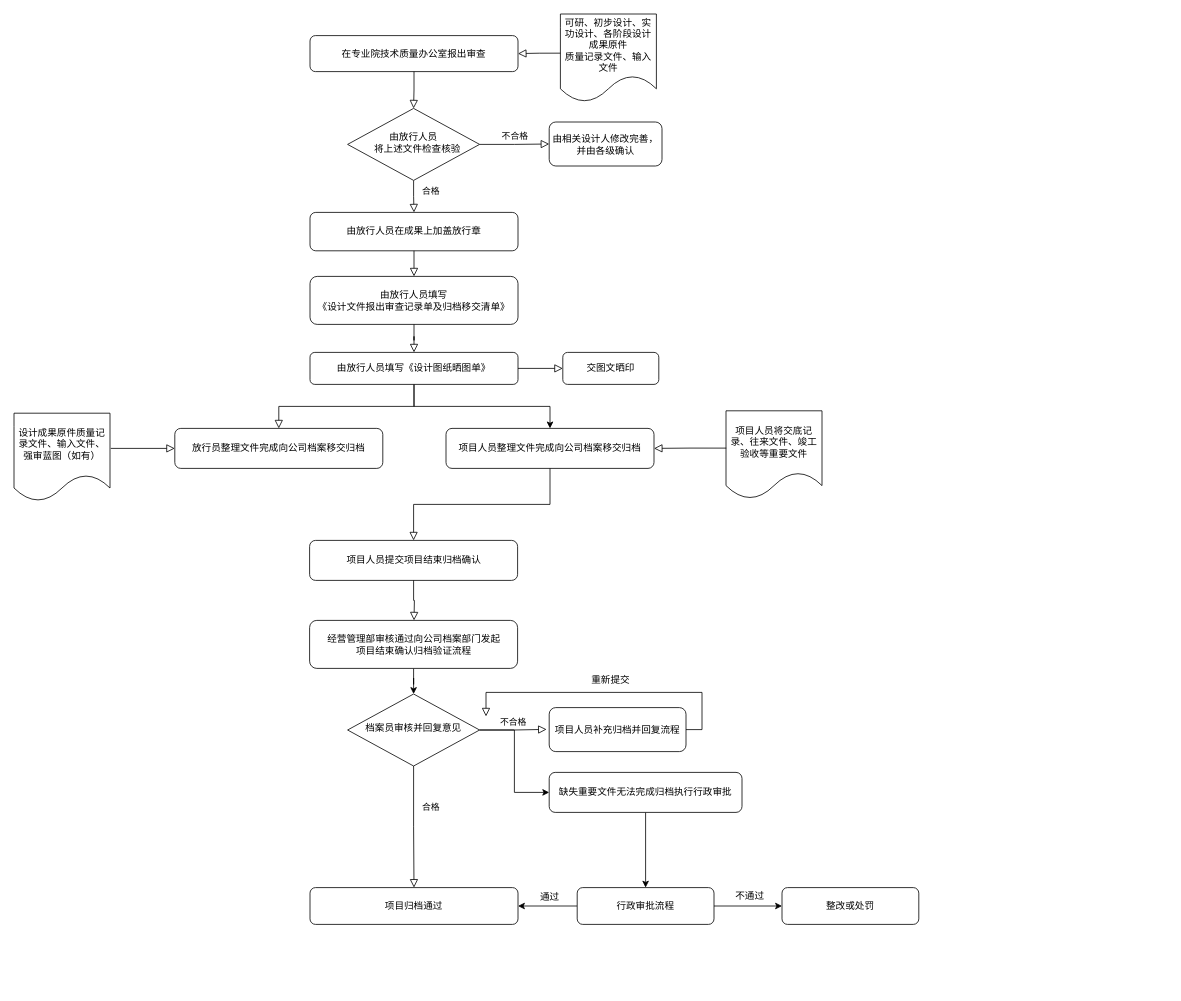
Theresaaaaa/Bomberman keeps this draw.io diagram as Untitled Diagram.drawio. Above is the earlier version. Source tidied: cells renumbered, new cells numbered last; positions are measured from the earlier drawing's top-left corner, leaving out a move shared by most shapes. Both pictures are drawn from the tidied source at 80%, with x=0, y=0 at pixel (14, 14).
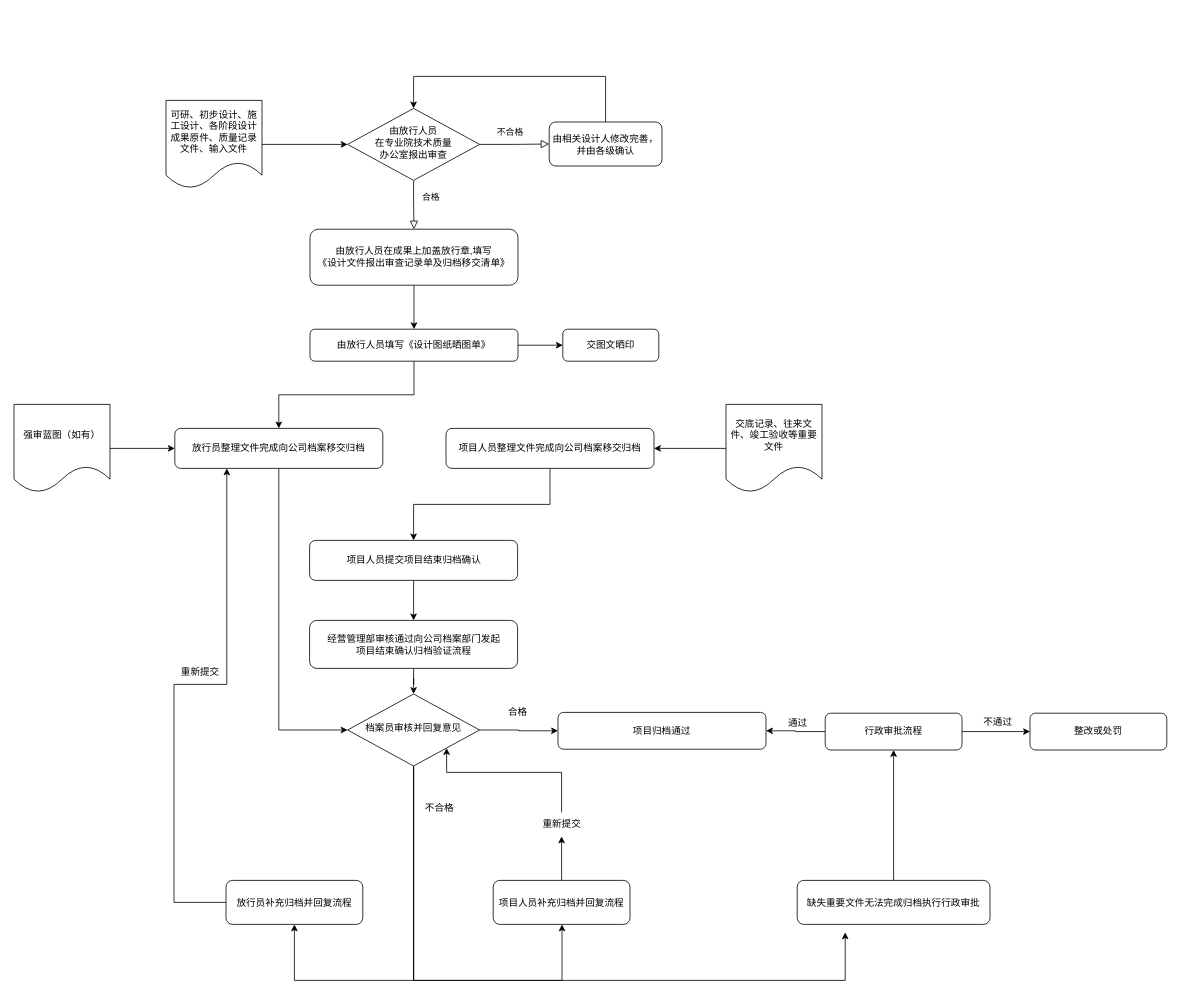
The same diagram, later.

Unchanged cells that the change refers to:
```xml
<mxCell id="6" value="由相关设计人修改完善，并由各级确认" style="rounded=1;whiteSpace=wrap;html=1;fontSize=12;glass=0;strokeWidth=1;shadow=0;" parent="1" vertex="1">
  <mxGeometry x="669" y="135" width="141" height="55" as="geometry" />
</mxCell>
<mxCell id="17" value="放行员整理文件完成向公司档案移交归档" style="rounded=1;whiteSpace=wrap;html=1;fontSize=12;glass=0;strokeWidth=1;shadow=0;" parent="1" vertex="1">
  <mxGeometry x="201" y="518" width="260" height="50" as="geometry" />
</mxCell>
<mxCell id="19" value="项目人员提交项目结束归档确认" style="rounded=1;whiteSpace=wrap;html=1;fontSize=12;glass=0;strokeWidth=1;shadow=0;" parent="1" vertex="1">
  <mxGeometry x="369.5" y="658" width="260" height="50" as="geometry" />
</mxCell>
<mxCell id="22" value="项目人员整理文件完成向公司档案移交归档" style="rounded=1;whiteSpace=wrap;html=1;" parent="1" vertex="1">
  <mxGeometry x="540" y="518" width="260" height="50" as="geometry" />
</mxCell>
<mxCell id="28" value="经营管理部审核通过向公司档案部门发起&lt;br&gt;项目结束确认归档验证流程" style="rounded=1;whiteSpace=wrap;html=1;fontSize=12;glass=0;strokeWidth=1;shadow=0;" parent="1" vertex="1">
  <mxGeometry x="369.5" y="758" width="260" height="60" as="geometry" />
</mxCell>
<mxCell id="30" value="档案员审核并回复意见" style="rhombus;whiteSpace=wrap;html=1;shadow=0;fontFamily=Helvetica;fontSize=12;align=center;strokeWidth=1;spacing=6;spacingTop=-4;" parent="1" vertex="1">
  <mxGeometry x="417" y="850" width="165" height="90" as="geometry" />
</mxCell>
```

The edit, as a diff of the source:
```diff
@@
-    <mxCell id="2" style="rounded=0;html=1;jettySize=auto;fontSize=11;endArrow=block;endFill=0;endSize=8;strokeWidth=1;shadow=0;labelBackgroundColor=none;edgeStyle=orthogonalEdgeStyle;entryX=1;entryY=0.5;entryDx=0;entryDy=0;exitX=0.017;exitY=0.445;exitDx=0;exitDy=0;exitPerimeter=0;" parent="1" edge="1" source="23" target="9">
-      <mxGeometry relative="1" as="geometry" />
-    </mxCell>
@@
     <mxCell id="4" value="不合格" style="edgeStyle=orthogonalEdgeStyle;rounded=0;html=1;jettySize=auto;fontSize=11;endArrow=block;endFill=0;endSize=8;strokeWidth=1;shadow=0;labelBackgroundColor=none;" parent="1" edge="1" source="5" target="6">
-      <mxGeometry y="10" relative="1" as="geometry" />
+      <mxGeometry x="-0.13" y="15" relative="1" as="geometry" />
     </mxCell>
-    <mxCell id="5" value="由放行人员&lt;br&gt;&lt;div style=&quot;text-align: justify;&quot;&gt;&lt;span style=&quot;background-color: initial;&quot;&gt;&amp;nbsp; &amp;nbsp;将上述文件检查核验&lt;/span&gt;&lt;/div&gt;" style="rhombus;whiteSpace=wrap;html=1;shadow=0;fontFamily=Helvetica;fontSize=12;align=center;strokeWidth=1;spacing=6;spacingTop=-4;" parent="1" vertex="1">
+    <mxCell id="5" value="由放行人员&lt;br&gt;在专业院技术质量&lt;br&gt;办公室报出审查" style="rhombus;whiteSpace=wrap;html=1;shadow=0;fontFamily=Helvetica;fontSize=12;align=center;strokeWidth=1;spacing=6;spacingTop=-4;" parent="1" vertex="1">
       <mxGeometry x="417" y="118" width="165" height="90" as="geometry" />
     </mxCell>
+    <mxCell id="46" style="edgeStyle=orthogonalEdgeStyle;rounded=0;jettySize=auto;html=1;entryX=0.5;entryY=0;entryDx=0;entryDy=0;" parent="1" edge="1" source="6" target="5">
+      <mxGeometry relative="1" as="geometry">
+        <Array as="points">
+          <mxPoint x="740" y="78" />
+          <mxPoint x="500" y="78" />
+        </Array>
+      </mxGeometry>
+    </mxCell>
@@
-    <mxCell id="7" value="由放行人员填写&lt;br&gt;《设计文件报出审查记录单及归档移交清单》" style="rounded=1;whiteSpace=wrap;html=1;fontSize=12;glass=0;strokeWidth=1;shadow=0;" parent="1" vertex="1">
-      <mxGeometry x="370" y="328" width="260" height="60" as="geometry" />
-    </mxCell>
+    <mxCell id="47" style="edgeStyle=orthogonalEdgeStyle;rounded=0;jettySize=auto;html=1;entryX=0.5;entryY=0;entryDx=0;entryDy=0;exitX=0.5;exitY=1;exitDx=0;exitDy=0;" parent="1" edge="1" source="8" target="12">
+      <mxGeometry relative="1" as="geometry" />
+    </mxCell>
-    <mxCell id="8" value="由放行人员在成果上加盖放行章" style="rounded=1;whiteSpace=wrap;html=1;fontSize=12;glass=0;strokeWidth=1;shadow=0;" parent="1" vertex="1">
-      <mxGeometry x="370" y="248" width="260" height="48" as="geometry" />
+    <mxCell id="8" value="由放行人员在成果上加盖放行章,填写&lt;br&gt;《设计文件报出审查记录单及归档移交清单》" style="rounded=1;whiteSpace=wrap;html=1;fontSize=12;glass=0;strokeWidth=1;shadow=0;" parent="1" vertex="1">
+      <mxGeometry x="370" y="269" width="260" height="70" as="geometry" />
     </mxCell>
-    <mxCell id="9" value="在专业院技术质量办公室报出审查" style="rounded=1;whiteSpace=wrap;html=1;" parent="1" vertex="1">
-      <mxGeometry x="370" y="27" width="260" height="45" as="geometry" />
-    </mxCell>
-    <mxCell id="10" style="rounded=0;html=1;jettySize=auto;fontSize=11;endArrow=block;endFill=0;endSize=8;strokeWidth=1;shadow=0;labelBackgroundColor=none;edgeStyle=orthogonalEdgeStyle;exitX=0.5;exitY=1;exitDx=0;exitDy=0;entryX=0.5;entryY=0;entryDx=0;entryDy=0;" parent="1" edge="1" source="9" target="5">
-      <mxGeometry relative="1" as="geometry" />
-    </mxCell>
-    <mxCell id="11" style="edgeStyle=orthogonalEdgeStyle;rounded=0;jettySize=auto;html=1;" parent="1" edge="1" source="12" target="22">
-      <mxGeometry relative="1" as="geometry" />
-    </mxCell>
+    <mxCell id="18" style="edgeStyle=orthogonalEdgeStyle;rounded=0;jettySize=auto;html=1;entryX=0.5;entryY=0;entryDx=0;entryDy=0;" parent="1" edge="1" source="12" target="17">
+      <mxGeometry relative="1" as="geometry" />
+    </mxCell>
+    <mxCell id="15" style="edgeStyle=orthogonalEdgeStyle;rounded=0;jettySize=auto;html=1;entryX=0;entryY=0.5;entryDx=0;entryDy=0;" parent="1" edge="1" source="12" target="16">
+      <mxGeometry relative="1" as="geometry" />
+    </mxCell>
     <mxCell id="12" value="由放行人员填写《设计图纸晒图单》" style="rounded=1;whiteSpace=wrap;html=1;fontSize=12;glass=0;strokeWidth=1;shadow=0;" parent="1" vertex="1">
-      <mxGeometry x="370" y="423" width="260" height="40" as="geometry" />
+      <mxGeometry x="370" y="394" width="260" height="40" as="geometry" />
     </mxCell>
-    <mxCell id="13" style="rounded=0;html=1;jettySize=auto;fontSize=11;endArrow=block;endFill=0;endSize=8;strokeWidth=1;shadow=0;labelBackgroundColor=none;edgeStyle=orthogonalEdgeStyle;entryX=0.5;entryY=0;entryDx=0;entryDy=0;exitX=0.5;exitY=1;exitDx=0;exitDy=0;" parent="1" edge="1" source="8" target="7">
-      <mxGeometry relative="1" as="geometry" />
-    </mxCell>
-    <mxCell id="14" style="rounded=0;html=1;jettySize=auto;fontSize=11;endArrow=block;endFill=0;endSize=8;strokeWidth=1;shadow=0;labelBackgroundColor=none;edgeStyle=orthogonalEdgeStyle;exitX=0.5;exitY=1;exitDx=0;exitDy=0;" parent="1" edge="1" source="7" target="12">
-      <mxGeometry relative="1" as="geometry" />
-    </mxCell>
-    <mxCell id="15" style="rounded=0;html=1;jettySize=auto;fontSize=11;endArrow=block;endFill=0;endSize=8;strokeWidth=1;shadow=0;labelBackgroundColor=none;edgeStyle=orthogonalEdgeStyle;entryX=0;entryY=0.5;entryDx=0;entryDy=0;exitX=1;exitY=0.5;exitDx=0;exitDy=0;" parent="1" edge="1" source="12" target="16">
-      <mxGeometry relative="1" as="geometry" />
-    </mxCell>
     <mxCell id="16" value="交图文晒印" style="rounded=1;whiteSpace=wrap;html=1;fontSize=12;glass=0;strokeWidth=1;shadow=0;" parent="1" vertex="1">
-      <mxGeometry x="686" y="423" width="120" height="40" as="geometry" />
+      <mxGeometry x="686" y="394" width="120" height="40" as="geometry" />
     </mxCell>
+    <mxCell id="48" style="edgeStyle=orthogonalEdgeStyle;rounded=0;jettySize=auto;html=1;entryX=0;entryY=0.5;entryDx=0;entryDy=0;" parent="1" edge="1" source="17" target="30">
+      <mxGeometry relative="1" as="geometry" />
+    </mxCell>
@@
-    <mxCell id="18" style="rounded=0;html=1;jettySize=auto;fontSize=11;endArrow=block;endFill=0;endSize=8;strokeWidth=1;shadow=0;labelBackgroundColor=none;edgeStyle=orthogonalEdgeStyle;entryX=0.5;entryY=0;entryDx=0;entryDy=0;exitX=0.5;exitY=1;exitDx=0;exitDy=0;" parent="1" edge="1" source="12" target="17">
-      <mxGeometry relative="1" as="geometry" />
-    </mxCell>
+    <mxCell id="49" style="edgeStyle=orthogonalEdgeStyle;rounded=0;jettySize=auto;html=1;entryX=0.5;entryY=0;entryDx=0;entryDy=0;" parent="1" edge="1" source="19" target="28">
+      <mxGeometry relative="1" as="geometry" />
+    </mxCell>
@@
+    <mxCell id="21" style="edgeStyle=orthogonalEdgeStyle;rounded=0;jettySize=auto;html=1;entryX=1;entryY=0.5;entryDx=0;entryDy=0;" parent="1" edge="1" source="20" target="22">
+      <mxGeometry relative="1" as="geometry" />
+    </mxCell>
-    <mxCell id="20" value="项目人员将交底记录、往来文件、竣工验收等重要文件" style="shape=document;whiteSpace=wrap;html=1;boundedLbl=1;" parent="1" vertex="1">
-      <mxGeometry x="890" y="496" width="120" height="110" as="geometry" />
+    <mxCell id="20" value="交底记录、往来文件、竣工验收等重要文件" style="shape=document;whiteSpace=wrap;html=1;boundedLbl=1;" parent="1" vertex="1">
+      <mxGeometry x="890" y="488" width="120" height="110" as="geometry" />
     </mxCell>
-    <mxCell id="21" style="rounded=0;html=1;jettySize=auto;fontSize=11;endArrow=block;endFill=0;endSize=8;strokeWidth=1;shadow=0;labelBackgroundColor=none;edgeStyle=orthogonalEdgeStyle;exitX=0.003;exitY=0.424;exitDx=0;exitDy=0;entryX=1;entryY=0.5;entryDx=0;entryDy=0;exitPerimeter=0;" parent="1" edge="1" source="20" target="22">
-      <mxGeometry relative="1" as="geometry" />
-    </mxCell>
+    <mxCell id="26" style="edgeStyle=orthogonalEdgeStyle;rounded=0;jettySize=auto;html=1;entryX=0.5;entryY=0;entryDx=0;entryDy=0;" parent="1" edge="1" source="22" target="19">
+      <mxGeometry relative="1" as="geometry" />
+    </mxCell>
@@
+    <mxCell id="50" style="edgeStyle=orthogonalEdgeStyle;rounded=0;jettySize=auto;html=1;entryX=0;entryY=0.5;entryDx=0;entryDy=0;" parent="1" edge="1" source="23" target="5">
+      <mxGeometry relative="1" as="geometry" />
+    </mxCell>
-    <mxCell id="23" value="可研、初步设计、实功设计、各阶段设计成果原件&lt;br&gt;质量记录文件、输入文件" style="shape=document;whiteSpace=wrap;html=1;boundedLbl=1;" parent="1" vertex="1">
-      <mxGeometry x="683" width="120" height="110" as="geometry" />
+    <mxCell id="23" value="可研、初步设计、施工设计、各阶段设计成果原件、质量记录文件、输入文件" style="shape=document;whiteSpace=wrap;html=1;boundedLbl=1;" parent="1" vertex="1">
+      <mxGeometry x="190" y="108" width="120" height="110" as="geometry" />
     </mxCell>
+    <mxCell id="25" style="edgeStyle=orthogonalEdgeStyle;rounded=0;jettySize=auto;html=1;" parent="1" edge="1" source="24" target="17">
+      <mxGeometry relative="1" as="geometry" />
+    </mxCell>
-    <mxCell id="24" value="设计成果原件质量记录文件、输入文件、强审蓝图（如有）" style="shape=document;whiteSpace=wrap;html=1;boundedLbl=1;" parent="1" vertex="1">
-      <mxGeometry y="499" width="120" height="110" as="geometry" />
+    <mxCell id="24" value="强审蓝图（如有）" style="shape=document;whiteSpace=wrap;html=1;boundedLbl=1;" parent="1" vertex="1">
+      <mxGeometry y="488" width="120" height="110" as="geometry" />
     </mxCell>
-    <mxCell id="25" style="rounded=0;html=1;jettySize=auto;fontSize=11;endArrow=block;endFill=0;endSize=8;strokeWidth=1;shadow=0;labelBackgroundColor=none;edgeStyle=orthogonalEdgeStyle;exitX=1.008;exitY=0.4;exitDx=0;exitDy=0;exitPerimeter=0;" parent="1" edge="1" source="24" target="17">
-      <mxGeometry relative="1" as="geometry" />
-    </mxCell>
-    <mxCell id="26" style="rounded=0;html=1;jettySize=auto;fontSize=11;endArrow=block;endFill=0;endSize=8;strokeWidth=1;shadow=0;labelBackgroundColor=none;edgeStyle=orthogonalEdgeStyle;entryX=0.5;entryY=0;entryDx=0;entryDy=0;exitX=0.5;exitY=1;exitDx=0;exitDy=0;" parent="1" edge="1" source="22" target="19">
-      <mxGeometry relative="1" as="geometry" />
-    </mxCell>
@@
-    <mxCell id="29" style="edgeStyle=orthogonalEdgeStyle;rounded=0;jettySize=auto;html=1;entryX=0;entryY=0.5;entryDx=0;entryDy=0;" parent="1" edge="1" source="30" target="36">
-      <mxGeometry relative="1" as="geometry" />
-    </mxCell>
+    <mxCell id="51" style="edgeStyle=orthogonalEdgeStyle;rounded=0;jettySize=auto;html=1;entryX=0;entryY=0.5;entryDx=0;entryDy=0;" parent="1" edge="1" source="30" target="32">
+      <mxGeometry relative="1" as="geometry" />
+    </mxCell>
+    <mxCell id="52" style="edgeStyle=orthogonalEdgeStyle;rounded=0;jettySize=auto;html=1;" parent="1" edge="1" source="30" target="31">
+      <mxGeometry relative="1" as="geometry">
+        <Array as="points">
+          <mxPoint x="500" y="1208" />
+          <mxPoint x="685" y="1208" />
+        </Array>
+      </mxGeometry>
+    </mxCell>
+    <mxCell id="53" style="edgeStyle=orthogonalEdgeStyle;rounded=0;jettySize=auto;html=1;" parent="1" edge="1" source="30">
+      <mxGeometry relative="1" as="geometry">
+        <mxPoint x="1039" y="1148" as="targetPoint" />
+        <Array as="points">
+          <mxPoint x="500" y="1208" />
+          <mxPoint x="1039" y="1208" />
+        </Array>
+      </mxGeometry>
+    </mxCell>
+    <mxCell id="54" style="edgeStyle=orthogonalEdgeStyle;rounded=0;jettySize=auto;html=1;entryX=0.5;entryY=1;entryDx=0;entryDy=0;" parent="1" edge="1" source="30" target="58">
+      <mxGeometry relative="1" as="geometry">
+        <Array as="points">
+          <mxPoint x="500" y="1208" />
+          <mxPoint x="351" y="1208" />
+        </Array>
+      </mxGeometry>
+    </mxCell>
@@
+    <mxCell id="55" style="edgeStyle=orthogonalEdgeStyle;rounded=0;jettySize=auto;html=1;entryX=0.5;entryY=1;entryDx=0;entryDy=0;" parent="1" edge="1" source="31" target="34">
+      <mxGeometry relative="1" as="geometry" />
+    </mxCell>
     <mxCell id="31" value="项目人员补充归档并回复流程" style="rounded=1;whiteSpace=wrap;html=1;fontSize=12;glass=0;strokeWidth=1;shadow=0;" parent="1" vertex="1">
-      <mxGeometry x="669" y="867" width="171" height="55" as="geometry" />
+      <mxGeometry x="599" y="1083" width="171" height="55" as="geometry" />
     </mxCell>
     <mxCell id="32" value="项目归档通过" style="rounded=1;whiteSpace=wrap;html=1;fontSize=12;glass=0;strokeWidth=1;shadow=0;" parent="1" vertex="1">
-      <mxGeometry x="370" y="1092" width="260" height="46" as="geometry" />
+      <mxGeometry x="680" y="873" width="260" height="46" as="geometry" />
     </mxCell>
-    <mxCell id="33" style="rounded=0;html=1;jettySize=auto;fontSize=11;endArrow=block;endFill=0;endSize=8;strokeWidth=1;shadow=0;labelBackgroundColor=none;edgeStyle=orthogonalEdgeStyle;exitX=0.5;exitY=1;exitDx=0;exitDy=0;" parent="1" edge="1" source="19">
-      <mxGeometry relative="1" as="geometry">
-        <mxPoint x="500" y="758" as="targetPoint" />
-      </mxGeometry>
-    </mxCell>
+    <mxCell id="56" style="edgeStyle=orthogonalEdgeStyle;rounded=0;jettySize=auto;html=1;entryX=1;entryY=1;entryDx=0;entryDy=0;exitX=0.5;exitY=0;exitDx=0;exitDy=0;" parent="1" edge="1" source="34" target="30">
+      <mxGeometry relative="1" as="geometry">
+        <Array as="points">
+          <mxPoint x="685" y="948" />
+          <mxPoint x="541" y="948" />
+        </Array>
+      </mxGeometry>
+    </mxCell>
     <mxCell id="34" value="重新提交" style="text;html=1;strokeColor=none;fillColor=none;align=center;verticalAlign=middle;whiteSpace=wrap;rounded=0;" parent="1" vertex="1">
-      <mxGeometry x="716" y="818" width="60" height="30" as="geometry" />
+      <mxGeometry x="654.5" y="998" width="60" height="30" as="geometry" />
     </mxCell>
@@
     <mxCell id="36" value="缺失重要文件无法完成归档执行行政审批" style="rounded=1;whiteSpace=wrap;html=1;fontSize=12;glass=0;strokeWidth=1;shadow=0;" parent="1" vertex="1">
-      <mxGeometry x="669" y="948" width="241" height="50" as="geometry" />
+      <mxGeometry x="979" y="1083" width="241" height="55" as="geometry" />
     </mxCell>
-    <mxCell id="37" value="合格" style="rounded=0;html=1;jettySize=auto;fontSize=11;endArrow=block;endFill=0;endSize=8;strokeWidth=1;shadow=0;labelBackgroundColor=none;edgeStyle=orthogonalEdgeStyle;exitX=0.5;exitY=1;exitDx=0;exitDy=0;entryX=0.5;entryY=0;entryDx=0;entryDy=0;" parent="1" edge="1" source="30" target="32">
-      <mxGeometry x="-0.32" y="21" relative="1" as="geometry" />
-    </mxCell>
-    <mxCell id="38" value="不合格" style="edgeStyle=orthogonalEdgeStyle;rounded=0;html=1;jettySize=auto;fontSize=11;endArrow=block;endFill=0;endSize=8;strokeWidth=1;shadow=0;labelBackgroundColor=none;entryX=-0.019;entryY=0.495;entryDx=0;entryDy=0;entryPerimeter=0;exitX=1;exitY=0.5;exitDx=0;exitDy=0;" parent="1" edge="1" source="30" target="31">
-      <mxGeometry y="10" relative="1" as="geometry" />
-    </mxCell>
@@
     <mxCell id="41" value="行政审批流程" style="rounded=1;whiteSpace=wrap;html=1;fontSize=12;glass=0;strokeWidth=1;shadow=0;" parent="1" vertex="1">
-      <mxGeometry x="704" y="1092" width="171" height="46" as="geometry" />
+      <mxGeometry x="1014" y="874" width="171" height="46" as="geometry" />
     </mxCell>
     <mxCell id="42" value="通过" style="text;html=1;strokeColor=none;fillColor=none;align=center;verticalAlign=middle;whiteSpace=wrap;rounded=0;" parent="1" vertex="1">
-      <mxGeometry x="640" y="1089" width="60" height="30" as="geometry" />
+      <mxGeometry x="950" y="871" width="60" height="30" as="geometry" />
     </mxCell>
     <mxCell id="43" value="整改或处罚" style="rounded=1;whiteSpace=wrap;html=1;fontSize=12;glass=0;strokeWidth=1;shadow=0;" parent="1" vertex="1">
-      <mxGeometry x="960" y="1092" width="171" height="46" as="geometry" />
+      <mxGeometry x="1270" y="874" width="171" height="46" as="geometry" />
     </mxCell>
     <mxCell id="44" value="不通过" style="text;html=1;strokeColor=none;fillColor=none;align=center;verticalAlign=middle;whiteSpace=wrap;rounded=0;" parent="1" vertex="1">
-      <mxGeometry x="890" y="1088" width="60" height="30" as="geometry" />
+      <mxGeometry x="1200" y="870" width="60" height="30" as="geometry" />
     </mxCell>
-    <mxCell id="45" style="rounded=0;html=1;jettySize=auto;fontSize=11;endArrow=block;endFill=0;endSize=8;strokeWidth=1;shadow=0;labelBackgroundColor=none;edgeStyle=orthogonalEdgeStyle;exitX=1;exitY=0.5;exitDx=0;exitDy=0;" parent="1" edge="1" source="31">
-      <mxGeometry x="-0.32" y="21" relative="1" as="geometry">
-        <mxPoint x="590" y="878" as="targetPoint" />
-        <Array as="points">
-          <mxPoint x="860" y="895" />
-          <mxPoint x="860" y="848" />
-          <mxPoint x="590" y="848" />
-        </Array>
-      </mxGeometry>
-    </mxCell>
+    <mxCell id="57" style="edgeStyle=orthogonalEdgeStyle;rounded=0;jettySize=auto;html=1;entryX=0.25;entryY=1;entryDx=0;entryDy=0;" parent="1" edge="1" source="58" target="17">
+      <mxGeometry relative="1" as="geometry">
+        <Array as="points">
+          <mxPoint x="200" y="1111" />
+          <mxPoint x="200" y="838" />
+          <mxPoint x="266" y="838" />
+        </Array>
+      </mxGeometry>
+    </mxCell>
+    <mxCell id="58" value="放行员补充归档并回复流程" style="rounded=1;whiteSpace=wrap;html=1;fontSize=12;glass=0;strokeWidth=1;shadow=0;" parent="1" vertex="1">
+      <mxGeometry x="265" y="1083" width="171" height="55" as="geometry" />
+    </mxCell>
+    <mxCell id="59" value="重新提交" style="text;html=1;strokeColor=none;fillColor=none;align=center;verticalAlign=middle;whiteSpace=wrap;rounded=0;" parent="1" vertex="1">
+      <mxGeometry x="201" y="808" width="64" height="30" as="geometry" />
+    </mxCell>
+    <mxCell id="38" value="不合格" style="text;html=1;strokeColor=none;fillColor=none;align=center;verticalAlign=middle;whiteSpace=wrap;rounded=0;" parent="1" vertex="1">
+      <mxGeometry x="500" y="978" width="64" height="30" as="geometry" />
+    </mxCell>
+    <mxCell id="37" value="合格" style="text;html=1;strokeColor=none;fillColor=none;align=center;verticalAlign=middle;whiteSpace=wrap;rounded=0;" parent="1" vertex="1">
+      <mxGeometry x="580" y="858" width="100" height="30" as="geometry" />
+    </mxCell>
```
